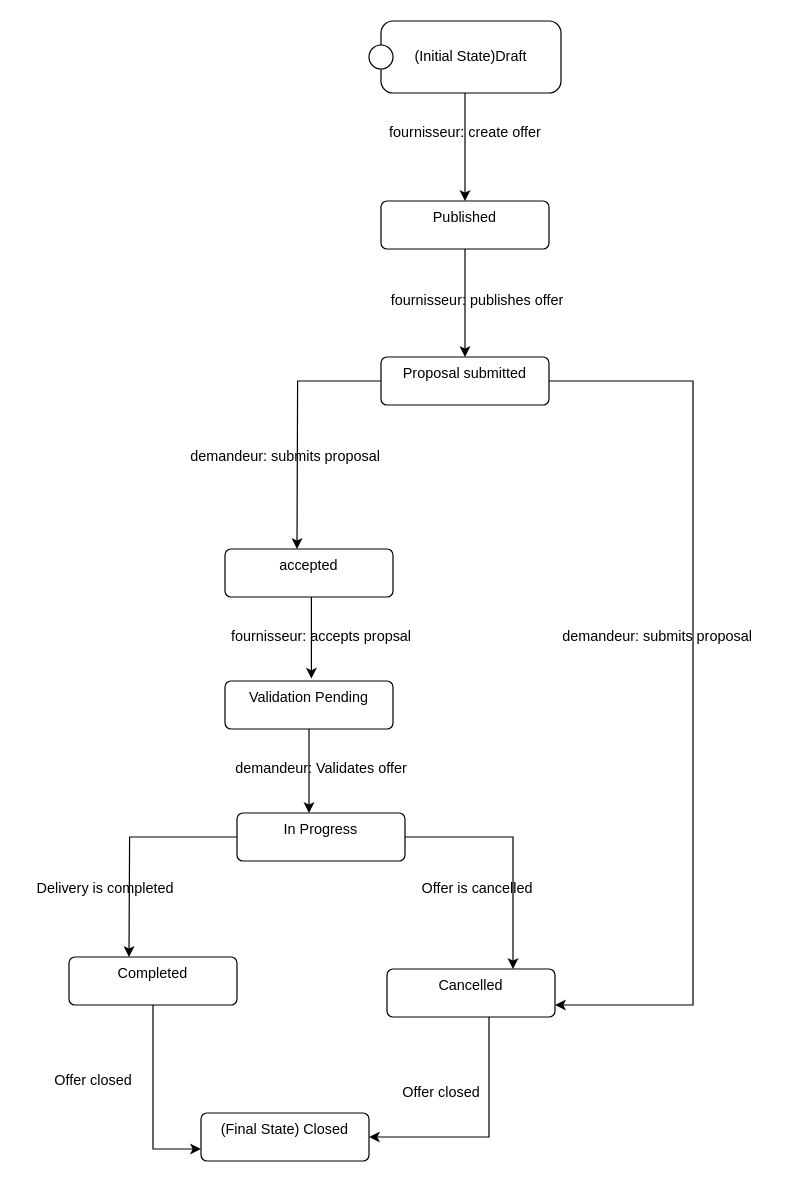
Above: stateTransition.drawio in LeloKarma/website (draw.io), before the change. Source tidied: cells renumbered, new cells numbered last; positions are measured from the earlier drawing's top-left corner, leaving out a move shared by most shapes. Both pictures are drawn from the tidied source at 120%, with x=0, y=0 at pixel (20, 20).
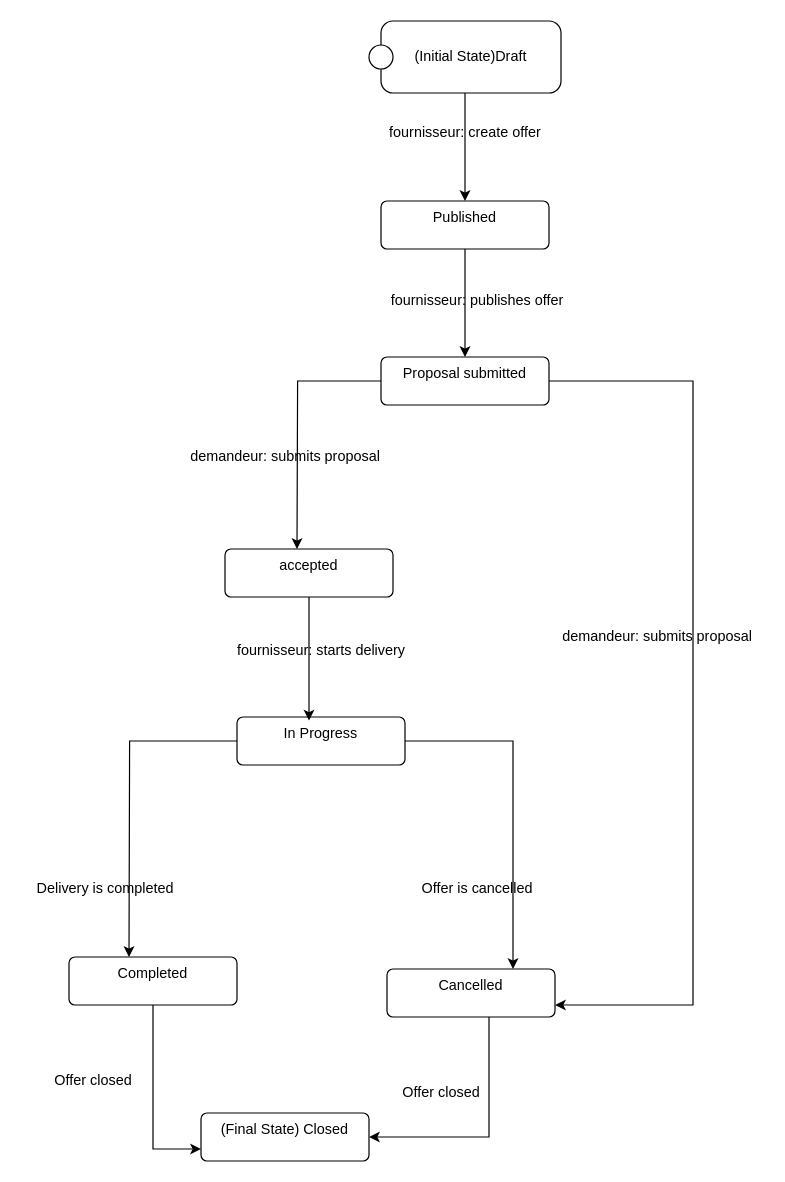
Above is the later version.

Commit message:
Mettre à jour stateTransition.drawio

The change refers to these unchanged cells:
```xml
<mxCell id="9" value="accepted" style="html=1;align=center;verticalAlign=top;rounded=1;absoluteArcSize=1;arcSize=10;dashed=0;whiteSpace=wrap;" parent="1" vertex="1">
  <mxGeometry x="170" y="440" width="140" height="40" as="geometry" />
</mxCell>
<mxCell id="22" value="Cancelled" style="html=1;align=center;verticalAlign=top;rounded=1;absoluteArcSize=1;arcSize=10;dashed=0;whiteSpace=wrap;" parent="1" vertex="1">
  <mxGeometry x="305" y="790" width="140" height="40" as="geometry" />
</mxCell>
```

Diff of the diagram source:
```diff
@@
-    <mxCell id="13" value="Validation Pending" style="html=1;align=center;verticalAlign=top;rounded=1;absoluteArcSize=1;arcSize=10;dashed=0;whiteSpace=wrap;" parent="1" vertex="1">
-      <mxGeometry x="170" y="550" width="140" height="40" as="geometry" />
-    </mxCell>
@@
     <mxCell id="15" style="edgeStyle=orthogonalEdgeStyle;rounded=0;jettySize=auto;html=1;entryX=0.75;entryY=0;entryDx=0;entryDy=0;" parent="1" edge="1" source="16" target="22">
       <mxGeometry relative="1" as="geometry">
         <Array as="points">
-          <mxPoint x="410" y="680" />
+          <mxPoint x="410" y="600" />
         </Array>
       </mxGeometry>
     </mxCell>
     <mxCell id="16" value="In Progress" style="html=1;align=center;verticalAlign=top;rounded=1;absoluteArcSize=1;arcSize=10;dashed=0;whiteSpace=wrap;" parent="1" vertex="1">
-      <mxGeometry x="180" y="660" width="140" height="40" as="geometry" />
+      <mxGeometry x="180" y="580" width="140" height="40" as="geometry" />
     </mxCell>
-    <mxCell id="17" style="edgeStyle=orthogonalEdgeStyle;rounded=0;jettySize=auto;html=1;" parent="1" edge="1" source="9">
+    <mxCell id="17" style="edgeStyle=orthogonalEdgeStyle;rounded=0;jettySize=auto;html=1;exitX=0.5;exitY=1;exitDx=0;exitDy=0;" parent="1" edge="1" source="9">
       <mxGeometry relative="1" as="geometry">
-        <mxPoint x="242" y="548" as="targetPoint" />
-        <Array as="points">
-          <mxPoint x="242" y="500" />
-          <mxPoint x="242" y="500" />
-        </Array>
+        <mxPoint x="240" y="583" as="targetPoint" />
       </mxGeometry>
     </mxCell>
-    <mxCell id="18" value="fournisseur: accepts propsal" style="text;html=1;align=center;verticalAlign=middle;strokeColor=none;fillColor=none;" parent="1" vertex="1">
-      <mxGeometry x="165" y="498" width="170" height="30" as="geometry" />
+    <mxCell id="18" value="fournisseur: starts delivery" style="text;html=1;align=center;verticalAlign=middle;strokeColor=none;fillColor=none;" parent="1" vertex="1">
+      <mxGeometry x="170" y="510" width="160" height="30" as="geometry" />
     </mxCell>
-    <mxCell id="19" style="edgeStyle=orthogonalEdgeStyle;rounded=0;jettySize=auto;html=1;" parent="1" edge="1" source="13">
-      <mxGeometry relative="1" as="geometry">
-        <mxPoint x="240" y="660" as="targetPoint" />
-      </mxGeometry>
-    </mxCell>
-    <mxCell id="20" value="demandeur: Validates offer" style="text;html=1;align=center;verticalAlign=middle;strokeColor=none;fillColor=none;" parent="1" vertex="1">
-      <mxGeometry x="165" y="608" width="170" height="30" as="geometry" />
-    </mxCell>
```
